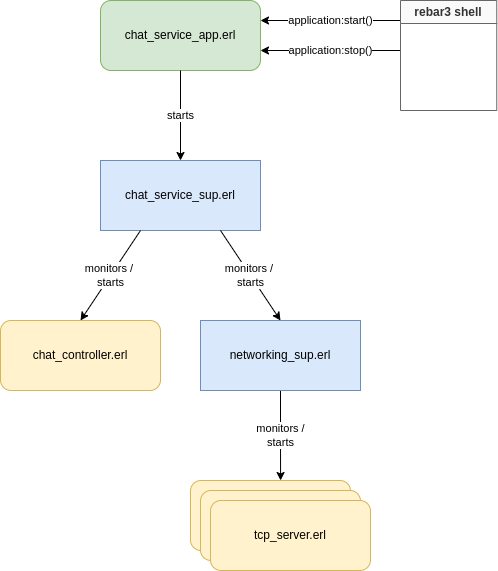
Earlier version of the draw.io export OTP Supervision tree.drawio.png (skaysrei/docs-diagrams). Source tidied: cells renumbered, new cells last; positions are measured from the earlier drawing's top-left corner, leaving out a move shared by most shapes.
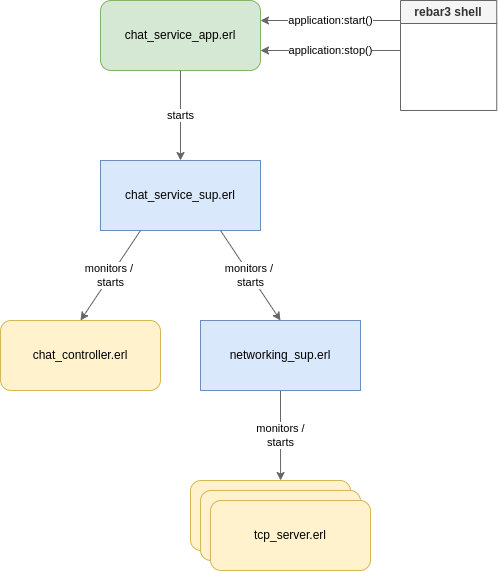
The same diagram one commit later.

Change to the diagram source:
```diff
@@ -8,22 +8,22 @@
     <mxCell id="3" value="chat_service_sup.erl" style="rounded=0;whiteSpace=wrap;html=1;fillColor=#dae8fc;strokeColor=#6c8ebf;" parent="1" vertex="1">
       <mxGeometry x="100" y="160" width="160" height="70" as="geometry" />
     </mxCell>
-    <mxCell id="4" value="starts" style="endArrow=classic;html=1;rounded=0;entryX=0.5;entryY=0;entryDx=0;entryDy=0;exitX=0.5;exitY=1;exitDx=0;exitDy=0;" parent="1" edge="1" source="2" target="3">
+    <mxCell id="4" value="starts" style="endArrow=classic;html=1;rounded=0;entryX=0.5;entryY=0;entryDx=0;entryDy=0;exitX=0.5;exitY=1;exitDx=0;exitDy=0;fillColor=#f5f5f5;strokeColor=#666666;" parent="1" edge="1" source="2" target="3">
       <mxGeometry relative="1" as="geometry" />
     </mxCell>
-    <mxCell id="5" value="application:start()" style="endArrow=classic;html=1;rounded=0;" parent="1" edge="1">
+    <mxCell id="5" value="application:start()" style="endArrow=classic;html=1;rounded=0;fillColor=#f5f5f5;strokeColor=#666666;" parent="1" edge="1">
       <mxGeometry relative="1" as="geometry">
         <mxPoint x="400" y="20" as="sourcePoint" />
         <mxPoint x="260" y="20" as="targetPoint" />
       </mxGeometry>
     </mxCell>
-    <mxCell id="6" value="application:stop()" style="endArrow=classic;html=1;rounded=0;" parent="1" edge="1">
+    <mxCell id="6" value="application:stop()" style="endArrow=classic;html=1;rounded=0;fillColor=#f5f5f5;strokeColor=#666666;" parent="1" edge="1">
       <mxGeometry relative="1" as="geometry">
         <mxPoint x="400" y="50" as="sourcePoint" />
         <mxPoint x="260" y="50" as="targetPoint" />
       </mxGeometry>
     </mxCell>
-    <mxCell id="7" value="monitors /&lt;br&gt;starts" style="edgeStyle=orthogonalEdgeStyle;rounded=0;jettySize=auto;html=1;entryX=0.563;entryY=0;entryDx=0;entryDy=0;entryPerimeter=0;" parent="1" edge="1" source="8" target="12">
+    <mxCell id="7" value="monitors /&lt;br&gt;starts" style="edgeStyle=orthogonalEdgeStyle;rounded=0;jettySize=auto;html=1;entryX=0.563;entryY=0;entryDx=0;entryDy=0;entryPerimeter=0;fillColor=#f5f5f5;strokeColor=#666666;" parent="1" edge="1" source="8" target="12">
       <mxGeometry relative="1" as="geometry" />
     </mxCell>
     <mxCell id="8" value="networking_sup.erl" style="rounded=0;whiteSpace=wrap;html=1;fillColor=#dae8fc;strokeColor=#6c8ebf;" parent="1" vertex="1">
@@ -32,10 +32,10 @@
     <mxCell id="9" value="chat_controller.erl" style="rounded=1;whiteSpace=wrap;html=1;fillColor=#fff2cc;strokeColor=#d6b656;" parent="1" vertex="1">
       <mxGeometry y="320" width="160" height="70" as="geometry" />
     </mxCell>
-    <mxCell id="10" value="monitors /&amp;nbsp;&lt;br&gt;starts" style="endArrow=classic;html=1;rounded=0;exitX=0.25;exitY=1;exitDx=0;exitDy=0;entryX=0.5;entryY=0;entryDx=0;entryDy=0;" parent="1" edge="1" source="3" target="9">
+    <mxCell id="10" value="monitors /&amp;nbsp;&lt;br&gt;starts" style="endArrow=classic;html=1;rounded=0;exitX=0.25;exitY=1;exitDx=0;exitDy=0;entryX=0.5;entryY=0;entryDx=0;entryDy=0;fillColor=#f5f5f5;strokeColor=#666666;" parent="1" edge="1" source="3" target="9">
       <mxGeometry relative="1" as="geometry" />
     </mxCell>
-    <mxCell id="11" value="monitors /&amp;nbsp;&lt;br&gt;starts" style="endArrow=classic;html=1;rounded=0;exitX=0.75;exitY=1;exitDx=0;exitDy=0;entryX=0.5;entryY=0;entryDx=0;entryDy=0;" parent="1" edge="1" source="3" target="8">
+    <mxCell id="11" value="monitors /&amp;nbsp;&lt;br&gt;starts" style="endArrow=classic;html=1;rounded=0;exitX=0.75;exitY=1;exitDx=0;exitDy=0;entryX=0.5;entryY=0;entryDx=0;entryDy=0;fillColor=#f5f5f5;strokeColor=#666666;" parent="1" edge="1" source="3" target="8">
       <mxGeometry relative="1" as="geometry" />
     </mxCell>
     <mxCell id="12" value="tcp_server.erl" style="rounded=1;whiteSpace=wrap;html=1;fillColor=#fff2cc;strokeColor=#d6b656;" parent="1" vertex="1">
@@ -47,7 +47,7 @@
     <mxCell id="14" value="tcp_server.erl" style="rounded=1;whiteSpace=wrap;html=1;fillColor=#fff2cc;strokeColor=#d6b656;" parent="1" vertex="1">
       <mxGeometry x="210" y="500" width="160" height="70" as="geometry" />
     </mxCell>
-    <mxCell id="15" value="rebar3 shell" style="swimlane;whiteSpace=wrap;html=1;fillColor=#FAFAFA;fontColor=#333333;strokeColor=#666666;" parent="1" vertex="1">
+    <mxCell id="15" value="rebar3 shell" style="swimlane;whiteSpace=wrap;html=1;fillColor=#f5f5f5;fontColor=#333333;strokeColor=#666666;" parent="1" vertex="1">
       <mxGeometry x="400" width="96.2" height="110" as="geometry" />
     </mxCell>
   </root>
```
